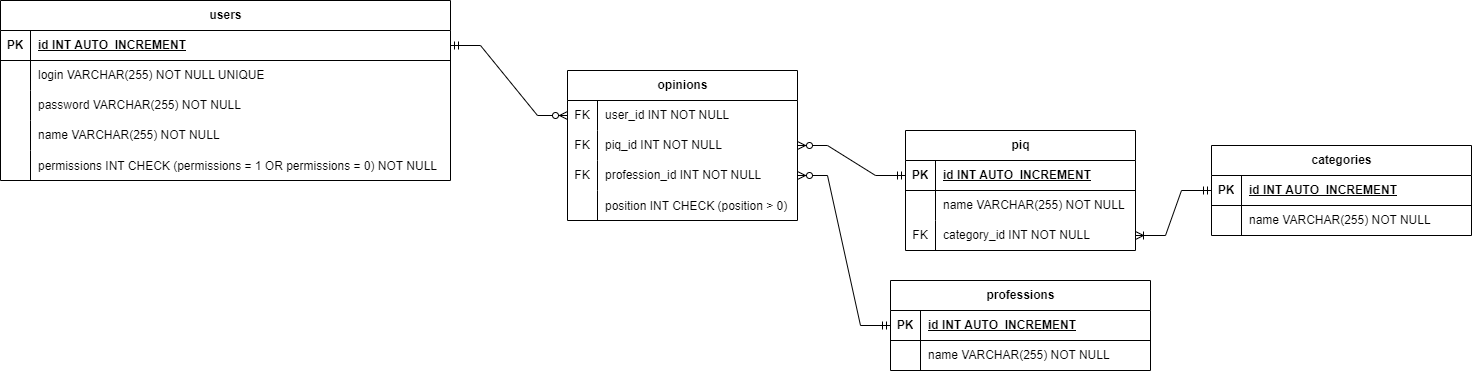
naku0/OPDOPDOPD keeps this draw.io diagram as labaOPDOPDOPD/db_things/opdopdopd.png. Above is the earlier version. Source tidied: cells renumbered, new cells last; positions are measured from the earlier drawing's top-left corner, leaving out a move shared by most shapes.
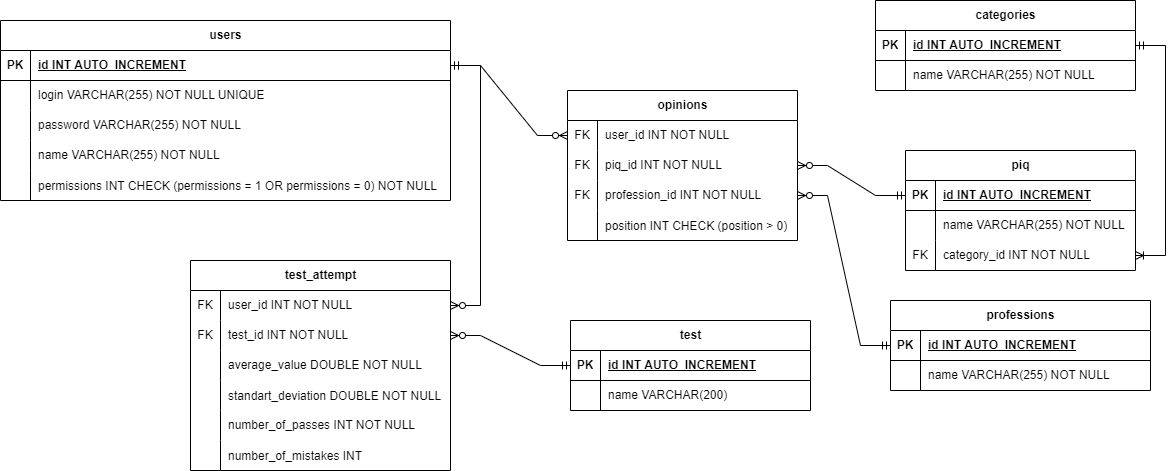
After the commit.

Commit message:
ОБНОВЛЕНА СХЕМА БАЗЫ ДАННЫХ

жду одобрение

The edit, as a diff of the source:
```diff
@@ -72,7 +72,7 @@
       <mxGeometry x="30" width="230" height="30" as="geometry" />
     </mxCell>
     <mxCell id="25" value="categories" style="shape=table;startSize=30;rowLines=0;fontStyle=1;align=center;html=1;" parent="1" vertex="1">
-      <mxGeometry x="1211" y="145" width="260" height="90" as="geometry" />
+      <mxGeometry x="875" y="-20" width="260" height="90" as="geometry" />
     </mxCell>
     <mxCell id="26" style="shape=tableRow;horizontal=0;startSize=0;swimlaneHead=0;swimlaneBody=0;fillColor=none;points=[[0,0.5],[1,0.5]];portConstraint=eastwest;top=0;left=0;right=0;bottom=1;" parent="25" vertex="1">
       <mxGeometry y="30" width="260" height="30" as="geometry" />
@@ -170,8 +170,92 @@
     <mxCell id="57" style="edgeStyle=entityRelationEdgeStyle;fontSize=12;html=1;endArrow=ERzeroToMany;startArrow=ERmandOne;rounded=0;exitX=0;exitY=0.5;exitDx=0;exitDy=0;entryX=1;entryY=0.5;entryDx=0;entryDy=0;" parent="1" edge="1" source="19" target="49">
       <mxGeometry relative="1" as="geometry" />
     </mxCell>
-    <mxCell id="58" style="edgeStyle=entityRelationEdgeStyle;fontSize=12;html=1;endArrow=ERoneToMany;startArrow=ERmandOne;rounded=0;entryX=1;entryY=0.5;entryDx=0;entryDy=0;exitX=0;exitY=0.5;exitDx=0;exitDy=0;" parent="1" edge="1" source="26" target="39">
+    <mxCell id="58" style="edgeStyle=entityRelationEdgeStyle;fontSize=12;html=1;endArrow=ERoneToMany;startArrow=ERmandOne;rounded=0;entryX=1;entryY=0.5;entryDx=0;entryDy=0;exitX=1;exitY=0.5;exitDx=0;exitDy=0;" parent="1" edge="1" source="26" target="39">
       <mxGeometry relative="1" as="geometry" />
     </mxCell>
+    <mxCell id="59" value="test" style="shape=table;startSize=30;rowLines=0;fontStyle=1;align=center;html=1;" parent="1" vertex="1">
+      <mxGeometry x="570" y="300" width="240" height="90" as="geometry" />
+    </mxCell>
+    <mxCell id="60" style="shape=tableRow;horizontal=0;startSize=0;swimlaneHead=0;swimlaneBody=0;fillColor=none;points=[[0,0.5],[1,0.5]];portConstraint=eastwest;top=0;left=0;right=0;bottom=1;" parent="59" vertex="1">
+      <mxGeometry y="30" width="240" height="30" as="geometry" />
+    </mxCell>
+    <mxCell id="61" value="PK" style="shape=partialRectangle;fillColor=none;top=0;left=0;bottom=0;right=0;fontStyle=1;overflow=hidden;whiteSpace=wrap;html=1;" parent="60" vertex="1">
+      <mxGeometry width="30" height="30" as="geometry" />
+    </mxCell>
+    <mxCell id="62" value="id INT AUTO_INCREMENT" style="shape=partialRectangle;fillColor=none;top=0;left=0;bottom=0;right=0;align=left;spacingLeft=6;fontStyle=5;overflow=hidden;whiteSpace=wrap;html=1;" parent="60" vertex="1">
+      <mxGeometry x="30" width="210" height="30" as="geometry" />
+    </mxCell>
+    <mxCell id="63" style="shape=tableRow;horizontal=0;startSize=0;swimlaneHead=0;swimlaneBody=0;fillColor=none;top=0;left=0;right=0;bottom=0;" parent="59" vertex="1">
+      <mxGeometry y="60" width="240" height="30" as="geometry" />
+    </mxCell>
+    <mxCell id="64" style="shape=partialRectangle;fillColor=none;top=0;left=0;bottom=0;right=0;overflow=hidden;whiteSpace=wrap;html=1;" parent="63" vertex="1">
+      <mxGeometry width="30" height="30" as="geometry" />
+    </mxCell>
+    <mxCell id="65" value="name VARCHAR(200)" style="shape=partialRectangle;fillColor=none;top=0;left=0;bottom=0;right=0;align=left;spacingLeft=6;overflow=hidden;whiteSpace=wrap;html=1;" parent="63" vertex="1">
+      <mxGeometry x="30" width="210" height="30" as="geometry" />
+    </mxCell>
+    <mxCell id="66" value="test_attempt" style="shape=table;startSize=30;rowLines=0;fontStyle=1;align=center;html=1;" parent="1" vertex="1">
+      <mxGeometry x="190" y="240" width="260" height="210" as="geometry" />
+    </mxCell>
+    <mxCell id="67" style="shape=tableRow;horizontal=0;startSize=0;swimlaneHead=0;swimlaneBody=0;fillColor=none;points=[[0,0.5],[1,0.5]];portConstraint=eastwest;top=0;left=0;right=0;bottom=0;" parent="66" vertex="1">
+      <mxGeometry y="30" width="260" height="30" as="geometry" />
+    </mxCell>
+    <mxCell id="68" value="FK" style="shape=partialRectangle;fillColor=none;top=0;left=0;bottom=0;right=0;overflow=hidden;whiteSpace=wrap;html=1;" parent="67" vertex="1">
+      <mxGeometry width="30" height="30" as="geometry" />
+    </mxCell>
+    <mxCell id="69" value="user_id INT NOT NULL" style="shape=partialRectangle;fillColor=none;top=0;left=0;bottom=0;right=0;align=left;spacingLeft=6;overflow=hidden;whiteSpace=wrap;html=1;" parent="67" vertex="1">
+      <mxGeometry x="30" width="230" height="30" as="geometry" />
+    </mxCell>
+    <mxCell id="70" style="shape=tableRow;horizontal=0;startSize=0;swimlaneHead=0;swimlaneBody=0;fillColor=none;points=[[0,0.5],[1,0.5]];portConstraint=eastwest;top=0;left=0;right=0;bottom=0;" parent="66" vertex="1">
+      <mxGeometry y="60" width="260" height="30" as="geometry" />
+    </mxCell>
+    <mxCell id="71" value="FK" style="shape=partialRectangle;fillColor=none;top=0;left=0;bottom=0;right=0;overflow=hidden;whiteSpace=wrap;html=1;" parent="70" vertex="1">
+      <mxGeometry width="30" height="30" as="geometry" />
+    </mxCell>
+    <mxCell id="72" value="test_id INT NOT NULL" style="shape=partialRectangle;fillColor=none;top=0;left=0;bottom=0;right=0;align=left;spacingLeft=6;overflow=hidden;whiteSpace=wrap;html=1;" parent="70" vertex="1">
+      <mxGeometry x="30" width="230" height="30" as="geometry" />
+    </mxCell>
+    <mxCell id="73" style="shape=tableRow;horizontal=0;startSize=0;swimlaneHead=0;swimlaneBody=0;fillColor=none;top=0;left=0;right=0;bottom=0;" parent="66" vertex="1">
+      <mxGeometry y="90" width="260" height="30" as="geometry" />
+    </mxCell>
+    <mxCell id="74" style="shape=partialRectangle;fillColor=none;top=0;left=0;bottom=0;right=0;overflow=hidden;whiteSpace=wrap;html=1;" parent="73" vertex="1">
+      <mxGeometry width="30" height="30" as="geometry" />
+    </mxCell>
+    <mxCell id="75" value="average_value DOUBLE NOT NULL" style="shape=partialRectangle;fillColor=none;top=0;left=0;bottom=0;right=0;align=left;spacingLeft=6;overflow=hidden;whiteSpace=wrap;html=1;" parent="73" vertex="1">
+      <mxGeometry x="30" width="230" height="30" as="geometry" />
+    </mxCell>
+    <mxCell id="76" style="shape=tableRow;horizontal=0;startSize=0;swimlaneHead=0;swimlaneBody=0;fillColor=none;top=0;left=0;right=0;bottom=0;" parent="66" vertex="1">
+      <mxGeometry y="120" width="260" height="30" as="geometry" />
+    </mxCell>
+    <mxCell id="77" style="shape=partialRectangle;fillColor=none;top=0;left=0;bottom=0;right=0;overflow=hidden;" parent="76" vertex="1">
+      <mxGeometry width="30" height="30" as="geometry" />
+    </mxCell>
+    <mxCell id="78" value="standart_deviation DOUBLE NOT NULL" style="shape=partialRectangle;fillColor=none;top=0;left=0;bottom=0;right=0;align=left;spacingLeft=6;overflow=hidden;" parent="76" vertex="1">
+      <mxGeometry x="30" width="230" height="30" as="geometry" />
+    </mxCell>
+    <mxCell id="79" style="shape=tableRow;horizontal=0;startSize=0;swimlaneHead=0;swimlaneBody=0;fillColor=none;top=0;left=0;right=0;bottom=0;" parent="66" vertex="1">
+      <mxGeometry y="150" width="260" height="30" as="geometry" />
+    </mxCell>
+    <mxCell id="80" style="shape=partialRectangle;fillColor=none;top=0;left=0;bottom=0;right=0;fontStyle=0;overflow=hidden;whiteSpace=wrap;html=1;" parent="79" vertex="1">
+      <mxGeometry width="30" height="30" as="geometry" />
+    </mxCell>
+    <mxCell id="81" value="number_of_passes INT NOT NULL" style="shape=partialRectangle;fillColor=none;top=0;left=0;bottom=0;right=0;align=left;spacingLeft=6;fontStyle=0;overflow=hidden;whiteSpace=wrap;html=1;" parent="79" vertex="1">
+      <mxGeometry x="30" width="230" height="30" as="geometry" />
+    </mxCell>
+    <mxCell id="82" style="shape=tableRow;horizontal=0;startSize=0;swimlaneHead=0;swimlaneBody=0;fillColor=none;top=0;left=0;right=0;bottom=0;" parent="66" vertex="1">
+      <mxGeometry y="180" width="260" height="30" as="geometry" />
+    </mxCell>
+    <mxCell id="83" style="shape=partialRectangle;fillColor=none;top=0;left=0;bottom=0;right=0;overflow=hidden;" parent="82" vertex="1">
+      <mxGeometry width="30" height="30" as="geometry" />
+    </mxCell>
+    <mxCell id="84" value="number_of_mistakes INT" style="shape=partialRectangle;fillColor=none;top=0;left=0;bottom=0;right=0;align=left;spacingLeft=6;overflow=hidden;" parent="82" vertex="1">
+      <mxGeometry x="30" width="230" height="30" as="geometry" />
+    </mxCell>
+    <mxCell id="85" style="edgeStyle=entityRelationEdgeStyle;fontSize=12;html=1;endArrow=ERzeroToMany;startArrow=ERmandOne;rounded=0;entryX=1;entryY=0.5;entryDx=0;entryDy=0;exitX=1;exitY=0.5;exitDx=0;exitDy=0;" parent="1" edge="1" source="3" target="67">
+      <mxGeometry relative="1" as="geometry" />
+    </mxCell>
+    <mxCell id="86" style="edgeStyle=entityRelationEdgeStyle;fontSize=12;html=1;endArrow=ERzeroToMany;startArrow=ERmandOne;rounded=0;entryX=1;entryY=0.5;entryDx=0;entryDy=0;exitX=0;exitY=0.5;exitDx=0;exitDy=0;" parent="1" edge="1" source="60" target="70">
+      <mxGeometry relative="1" as="geometry" />
+    </mxCell>
   </root>
 </mxGraphModel>
```
